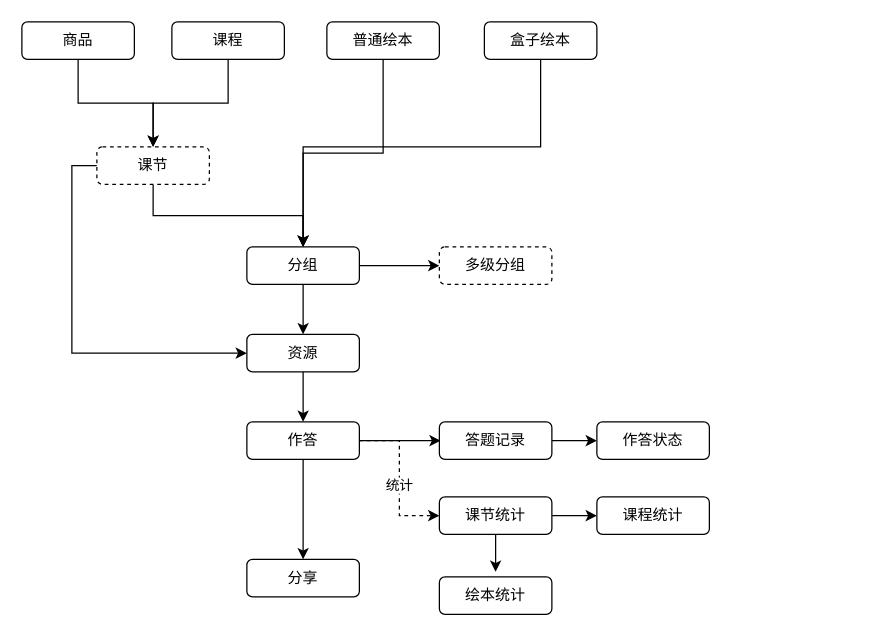
The draw.io diagram 未命名绘图.drawio in little-bee-zz/draw, before the edit. Source tidied: cells renumbered, new cells numbered last; positions are measured from the earlier drawing's top-left corner, leaving out a move shared by most shapes. Both pictures are drawn from the tidied source at 125%, with x=0, y=0 at pixel (21, 21).
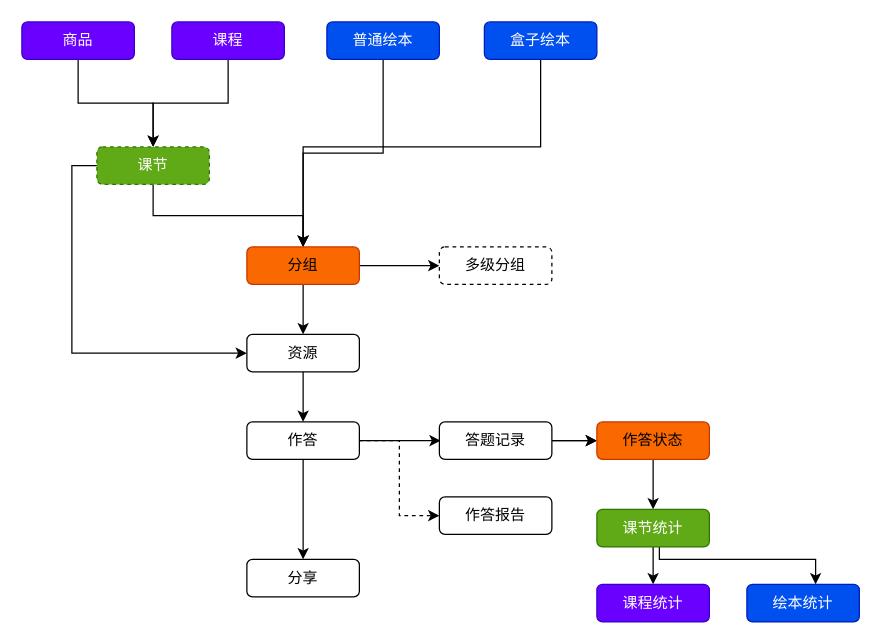
After the change.

Commit message:
更新未命名绘图.drawio

The change refers to these unchanged cells:
```xml
<mxCell id="22" value="作答" style="rounded=1;whiteSpace=wrap;html=1;" parent="1" vertex="1">
  <mxGeometry x="180" y="320" width="90" height="30" as="geometry" />
</mxCell>
<mxCell id="25" value="答题记录" style="rounded=1;whiteSpace=wrap;html=1;" parent="1" vertex="1">
  <mxGeometry x="334" y="320" width="90" height="30" as="geometry" />
</mxCell>
```

Diff of the diagram source:
```diff
@@
-    <mxCell id="3" value="商品" style="rounded=1;whiteSpace=wrap;html=1;" parent="1" vertex="1">
+    <mxCell id="3" value="商品" style="rounded=1;whiteSpace=wrap;html=1;fillColor=#6a00ff;fontColor=#ffffff;strokeColor=#3700CC;" parent="1" vertex="1">
       <mxGeometry width="90" height="30" as="geometry" />
     </mxCell>
@@
-    <mxCell id="5" value="课程" style="rounded=1;whiteSpace=wrap;html=1;" parent="1" vertex="1">
+    <mxCell id="5" value="课程" style="rounded=1;whiteSpace=wrap;html=1;fillColor=#6a00ff;fontColor=#ffffff;strokeColor=#3700CC;" parent="1" vertex="1">
       <mxGeometry x="120" width="90" height="30" as="geometry" />
     </mxCell>
@@
-    <mxCell id="7" value="普通绘本" style="rounded=1;whiteSpace=wrap;html=1;strokeColor=light-dark(#000000,#9999FF);" parent="1" vertex="1">
+    <mxCell id="7" value="普通绘本" style="rounded=1;whiteSpace=wrap;html=1;strokeColor=#001DBC;fillColor=#0050ef;fontColor=#ffffff;" parent="1" vertex="1">
       <mxGeometry x="244" width="90" height="30" as="geometry" />
     </mxCell>
@@
-    <mxCell id="9" value="盒子绘本" style="rounded=1;whiteSpace=wrap;html=1;strokeColor=light-dark(#000000,#9999FF);" parent="1" vertex="1">
+    <mxCell id="9" value="盒子绘本" style="rounded=1;whiteSpace=wrap;html=1;strokeColor=#001DBC;fillColor=#0050ef;fontColor=#ffffff;" parent="1" vertex="1">
       <mxGeometry x="370" width="90" height="30" as="geometry" />
     </mxCell>
@@
-    <mxCell id="12" value="课节" style="rounded=1;whiteSpace=wrap;html=1;dashed=1;strokeColor=light-dark(#000000,#66CC00);" parent="1" vertex="1">
+    <mxCell id="12" value="课节" style="rounded=1;whiteSpace=wrap;html=1;dashed=1;strokeColor=#2D7600;fillColor=#60a917;fontColor=#ffffff;" parent="1" vertex="1">
       <mxGeometry x="60" y="100" width="90" height="30" as="geometry" />
     </mxCell>
@@
-    <mxCell id="15" value="分组" style="rounded=1;whiteSpace=wrap;html=1;" parent="1" vertex="1">
+    <mxCell id="15" value="分组" style="rounded=1;whiteSpace=wrap;html=1;fillColor=#fa6800;fontColor=#000000;strokeColor=#C73500;" parent="1" vertex="1">
       <mxGeometry x="180" y="180" width="90" height="30" as="geometry" />
     </mxCell>
@@
-    <mxCell id="20" style="edgeStyle=orthogonalEdgeStyle;rounded=0;jettySize=auto;html=1;entryX=0;entryY=0.5;entryDx=0;entryDy=0;dashed=1;" parent="1" edge="1" source="22" target="30">
-      <mxGeometry relative="1" as="geometry" />
-    </mxCell>
-    <mxCell id="21" value="统计" style="edgeLabel;html=1;align=center;verticalAlign=middle;" parent="20" vertex="1">
-      <mxGeometry x="0.08" y="-1" relative="1" as="geometry" />
-    </mxCell>
+    <mxCell id="33" style="edgeStyle=orthogonalEdgeStyle;rounded=0;jettySize=auto;html=1;entryX=0;entryY=0.5;entryDx=0;entryDy=0;dashed=1;" parent="1" edge="1" source="22" target="37">
+      <mxGeometry relative="1" as="geometry" />
+    </mxCell>
@@
+    <mxCell id="34" style="edgeStyle=orthogonalEdgeStyle;rounded=0;jettySize=auto;html=1;" parent="1" edge="1" source="25" target="27">
+      <mxGeometry relative="1" as="geometry" />
+    </mxCell>
@@
+    <mxCell id="35" style="edgeStyle=orthogonalEdgeStyle;rounded=0;jettySize=auto;html=1;entryX=0.5;entryY=0;entryDx=0;entryDy=0;" parent="1" edge="1" source="27" target="30">
+      <mxGeometry relative="1" as="geometry" />
+    </mxCell>
-    <mxCell id="27" value="作答状态" style="rounded=1;whiteSpace=wrap;html=1;" parent="1" vertex="1">
+    <mxCell id="27" value="作答状态" style="rounded=1;whiteSpace=wrap;html=1;fillColor=#fa6800;fontColor=#000000;strokeColor=#C73500;" parent="1" vertex="1">
       <mxGeometry x="460" y="320" width="90" height="30" as="geometry" />
     </mxCell>
-    <mxCell id="28" style="edgeStyle=orthogonalEdgeStyle;rounded=0;jettySize=auto;html=1;entryX=0;entryY=0.5;entryDx=0;entryDy=0;" parent="1" edge="1" source="30" target="31">
+    <mxCell id="28" style="edgeStyle=orthogonalEdgeStyle;rounded=0;jettySize=auto;html=1;" parent="1" edge="1" source="30" target="31">
       <mxGeometry relative="1" as="geometry" />
     </mxCell>
-    <mxCell id="29" style="edgeStyle=orthogonalEdgeStyle;rounded=0;jettySize=auto;html=1;" parent="1" edge="1" source="30">
-      <mxGeometry relative="1" as="geometry">
-        <mxPoint x="379" y="440" as="targetPoint" />
-      </mxGeometry>
-    </mxCell>
+    <mxCell id="36" style="edgeStyle=orthogonalEdgeStyle;rounded=0;orthogonalLoop=1;jettySize=auto;html=1;" parent="1" edge="1">
+      <mxGeometry relative="1" as="geometry">
+        <mxPoint x="510" y="420" as="sourcePoint" />
+        <mxPoint x="635" y="450" as="targetPoint" />
+        <Array as="points">
+          <mxPoint x="510" y="430" />
+          <mxPoint x="635" y="430" />
+        </Array>
+      </mxGeometry>
+    </mxCell>
-    <mxCell id="30" value="课节统计" style="rounded=1;whiteSpace=wrap;html=1;strokeColor=light-dark(#000000,#009900);" parent="1" vertex="1">
-      <mxGeometry x="334" y="380" width="90" height="30" as="geometry" />
+    <mxCell id="30" value="课节统计" style="rounded=1;whiteSpace=wrap;html=1;strokeColor=#2D7600;fillColor=#60a917;fontColor=#ffffff;" parent="1" vertex="1">
+      <mxGeometry x="460" y="390" width="90" height="30" as="geometry" />
     </mxCell>
-    <mxCell id="31" value="课程统计" style="rounded=1;whiteSpace=wrap;html=1;" parent="1" vertex="1">
-      <mxGeometry x="460" y="380" width="90" height="30" as="geometry" />
+    <mxCell id="31" value="课程统计" style="rounded=1;whiteSpace=wrap;html=1;fillColor=#6a00ff;fontColor=#ffffff;strokeColor=#3700CC;" parent="1" vertex="1">
+      <mxGeometry x="460" y="450" width="90" height="30" as="geometry" />
     </mxCell>
-    <mxCell id="32" value="绘本统计" style="rounded=1;whiteSpace=wrap;html=1;strokeColor=light-dark(#000000,#9999FF);" parent="1" vertex="1">
-      <mxGeometry x="334" y="444" width="90" height="30" as="geometry" />
+    <mxCell id="32" value="绘本统计" style="rounded=1;whiteSpace=wrap;html=1;strokeColor=#001DBC;fillColor=#0050ef;fontColor=#ffffff;" parent="1" vertex="1">
+      <mxGeometry x="580" y="450" width="90" height="30" as="geometry" />
     </mxCell>
+    <mxCell id="37" value="作答报告" style="rounded=1;whiteSpace=wrap;html=1;" parent="1" vertex="1">
+      <mxGeometry x="334" y="380" width="90" height="30" as="geometry" />
+    </mxCell>
```
